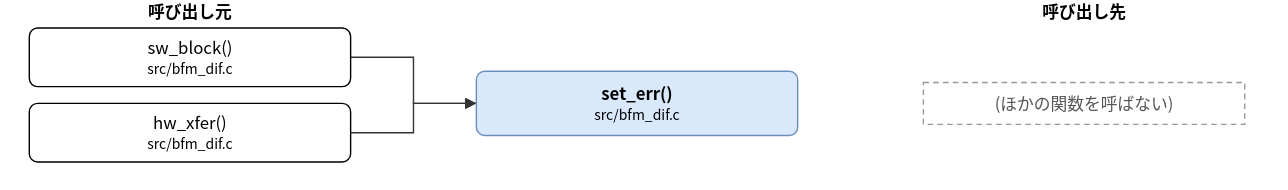
Earlier version of the draw.io export doc/spec/images/call_src_bfm_dif-set_err.drawio.svg (hf355051012-ai/bfmem). Source tidied: cells renumbered, new cells last; positions are measured from the earlier drawing's top-left corner, leaving out a move shared by most shapes.
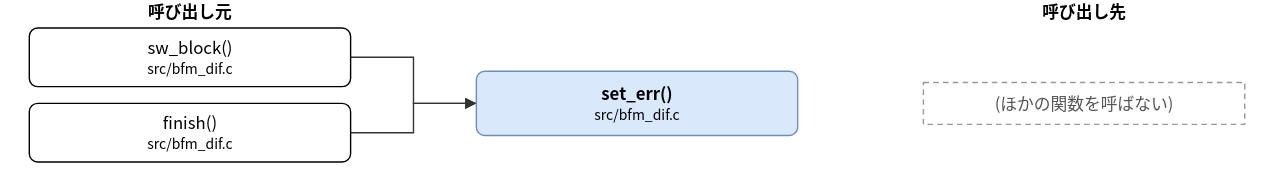
After the change.

Diff of the diagram source:
```diff
@@ -8,7 +8,7 @@
     <mxCell id="3" value="sw_block()&lt;br&gt;&lt;font style=&quot;font-size:10px&quot;&gt;src/bfm_dif.c&lt;/font&gt;" style="rounded=1;whiteSpace=wrap;html=1;" parent="1" vertex="1">
       <mxGeometry y="20" width="230" height="42" as="geometry" />
     </mxCell>
-    <mxCell id="4" value="hw_xfer()&lt;br&gt;&lt;font style=&quot;font-size:10px&quot;&gt;src/bfm_dif.c&lt;/font&gt;" style="rounded=1;whiteSpace=wrap;html=1;" parent="1" vertex="1">
+    <mxCell id="4" value="finish()&lt;br&gt;&lt;font style=&quot;font-size:10px&quot;&gt;src/bfm_dif.c&lt;/font&gt;" style="rounded=1;whiteSpace=wrap;html=1;" parent="1" vertex="1">
       <mxGeometry y="74" width="230" height="42" as="geometry" />
     </mxCell>
     <mxCell id="5" value="(ほかの関数を呼ばない)" style="rounded=0;whiteSpace=wrap;html=1;dashed=1;strokeColor=#999999;fontColor=#555555;dashed=1;" parent="1" vertex="1">
```
